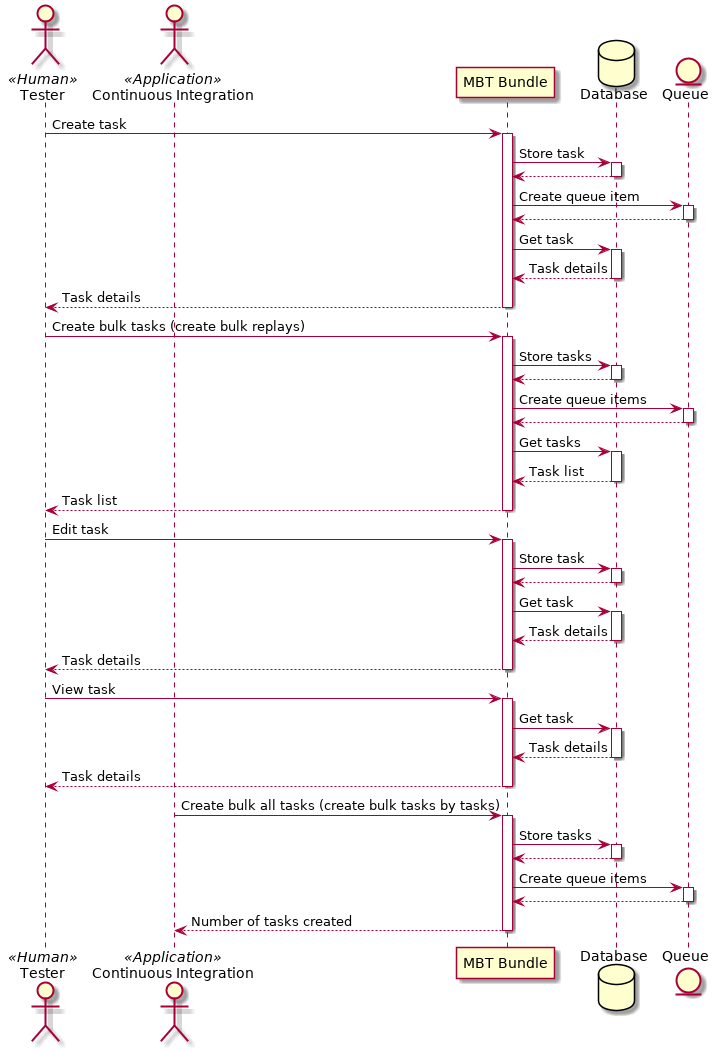
tienvx/mbt-assets keeps this PlantUML diagram as diagrams/tasks/sequence.png. Above is the earlier version.
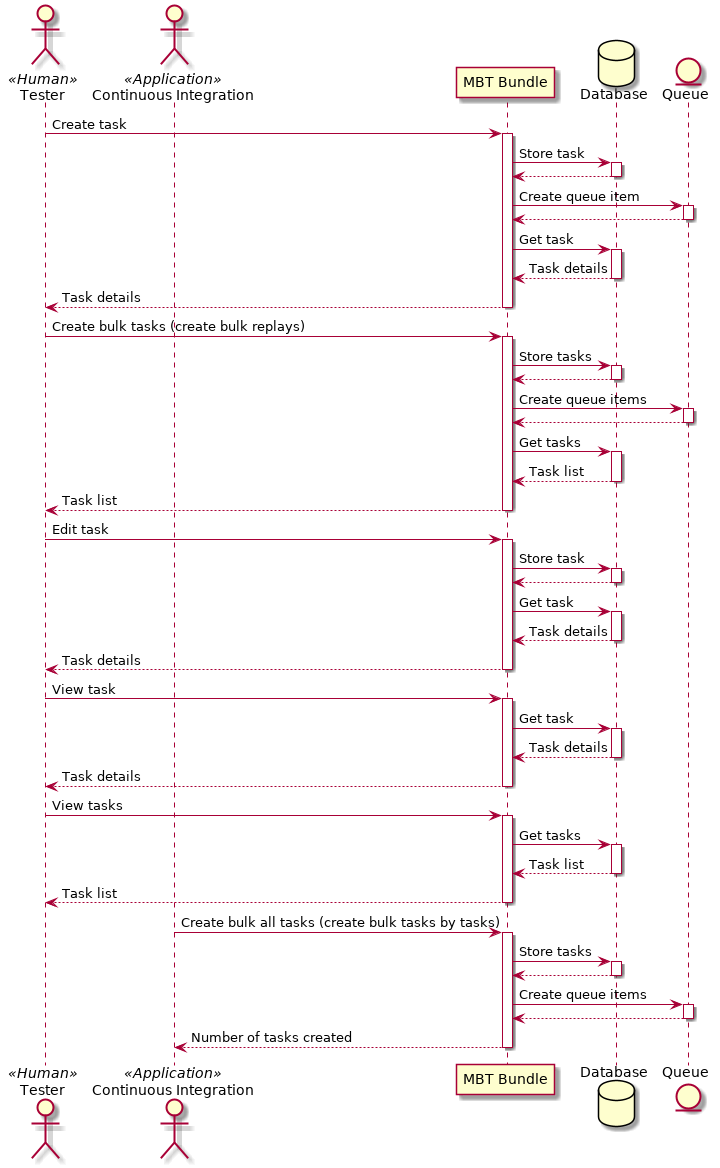
Above is the later version.

Change to the diagram source:
```diff
@@ -62,6 +62,15 @@
 bundle --> tester : Task details
 deactivate bundle
 
+tester -> bundle : View tasks
+activate bundle
+bundle -> database : Get tasks
+activate database
+database --> bundle : Task list
+deactivate database
+bundle --> tester : Task list
+deactivate bundle
+
 ci -> bundle : Create bulk all tasks (create bulk tasks by tasks)
 activate bundle
 bundle -> database : Store tasks
```
